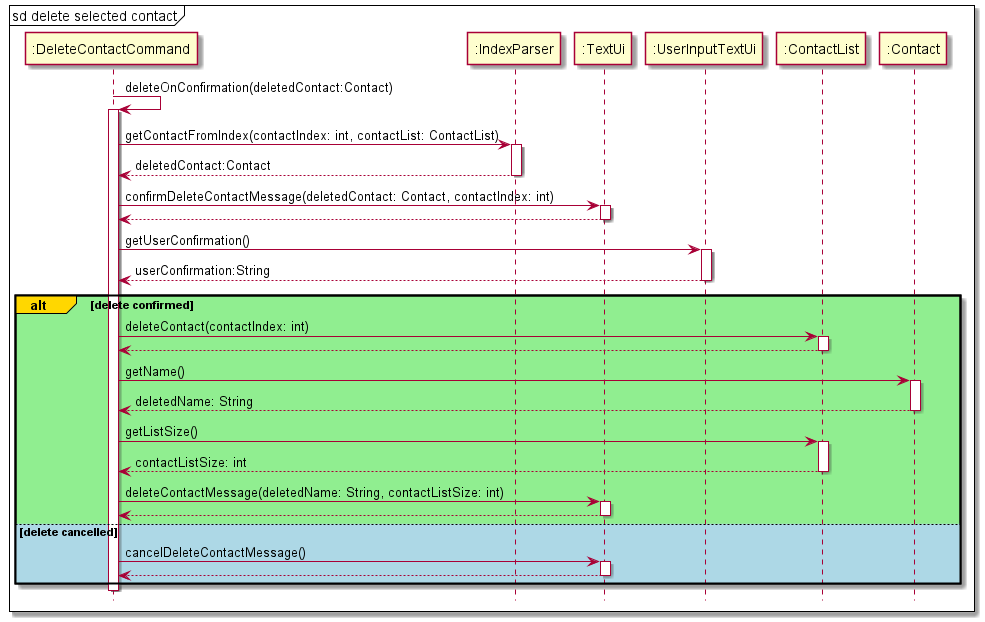
Earlier version of the PlantUML export docs/images/DeleteSelectedContact.png (nus-cs2113-AY2122S1/tp).
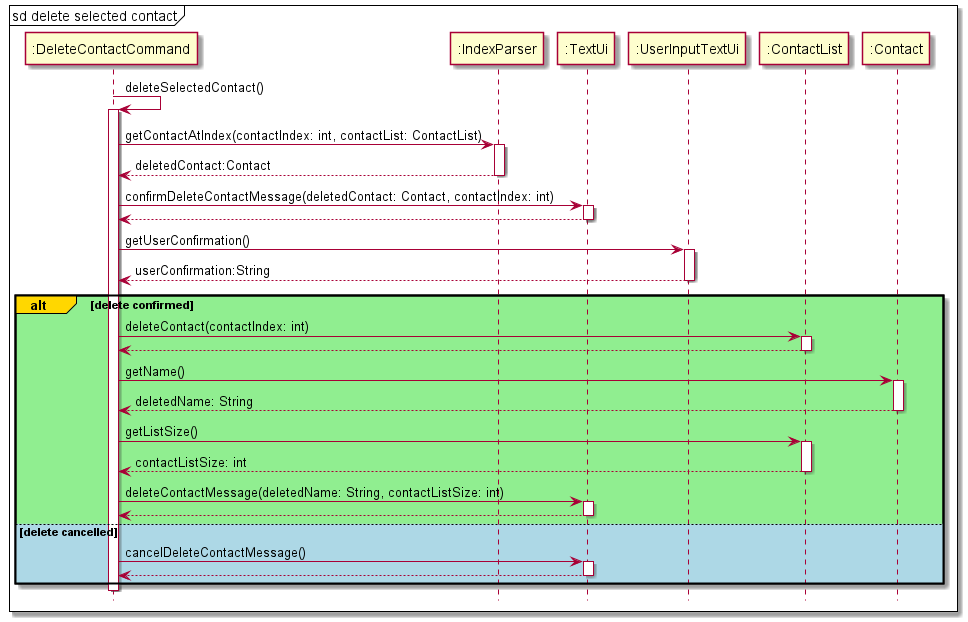
The same diagram one commit later.

Diff of the diagram source:
```diff
@@ -1,10 +1,10 @@
 @startuml
 hide footbox
 mainframe sd delete selected contact
-":DeleteContactCommand" -> ":DeleteContactCommand":deleteOnConfirmation(deletedContact:Contact)
+":DeleteContactCommand" -> ":DeleteContactCommand":deleteSelectedContact()
 activate ":DeleteContactCommand"
 
-":DeleteContactCommand" -> ":IndexParser": getContactFromIndex(contactIndex: int, contactList: ContactList)
+":DeleteContactCommand" -> ":IndexParser": getContactAtIndex(contactIndex: int, contactList: ContactList)
 activate ":IndexParser"
 ":IndexParser" --> ":DeleteContactCommand": deletedContact:Contact
 deactivate ":IndexParser"
```
